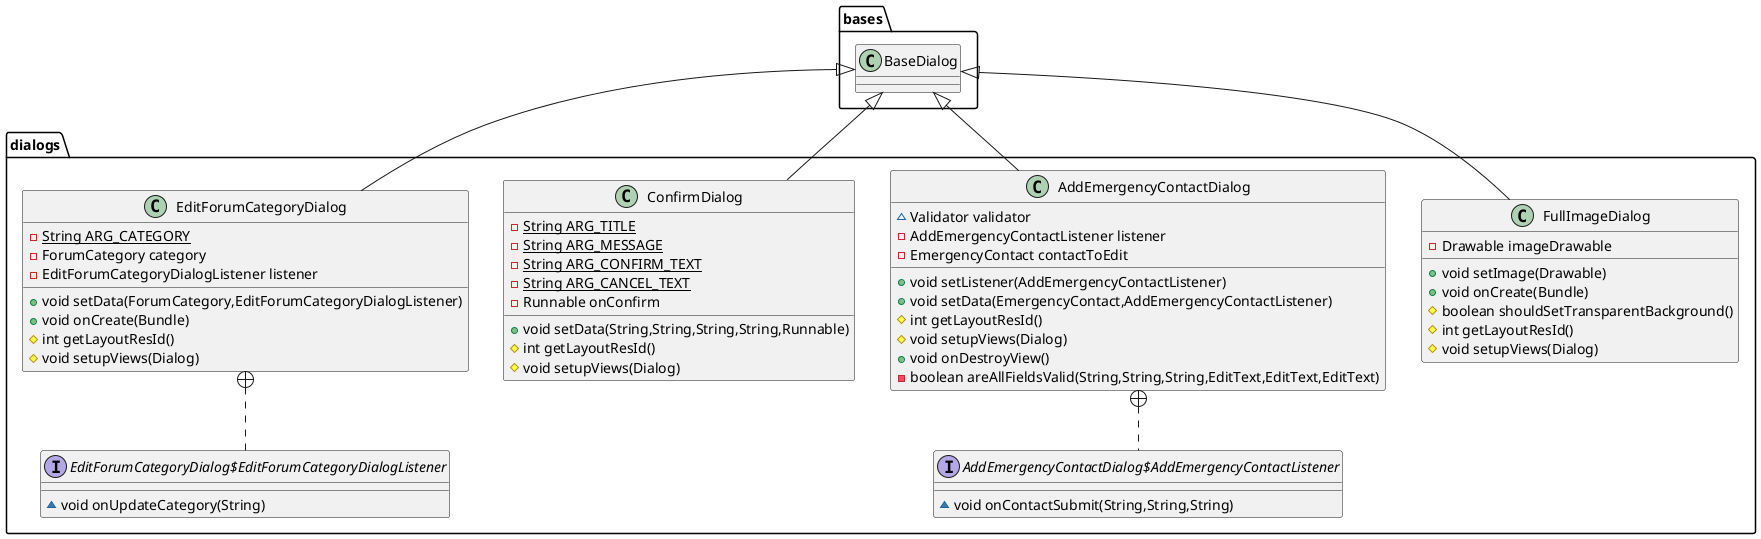
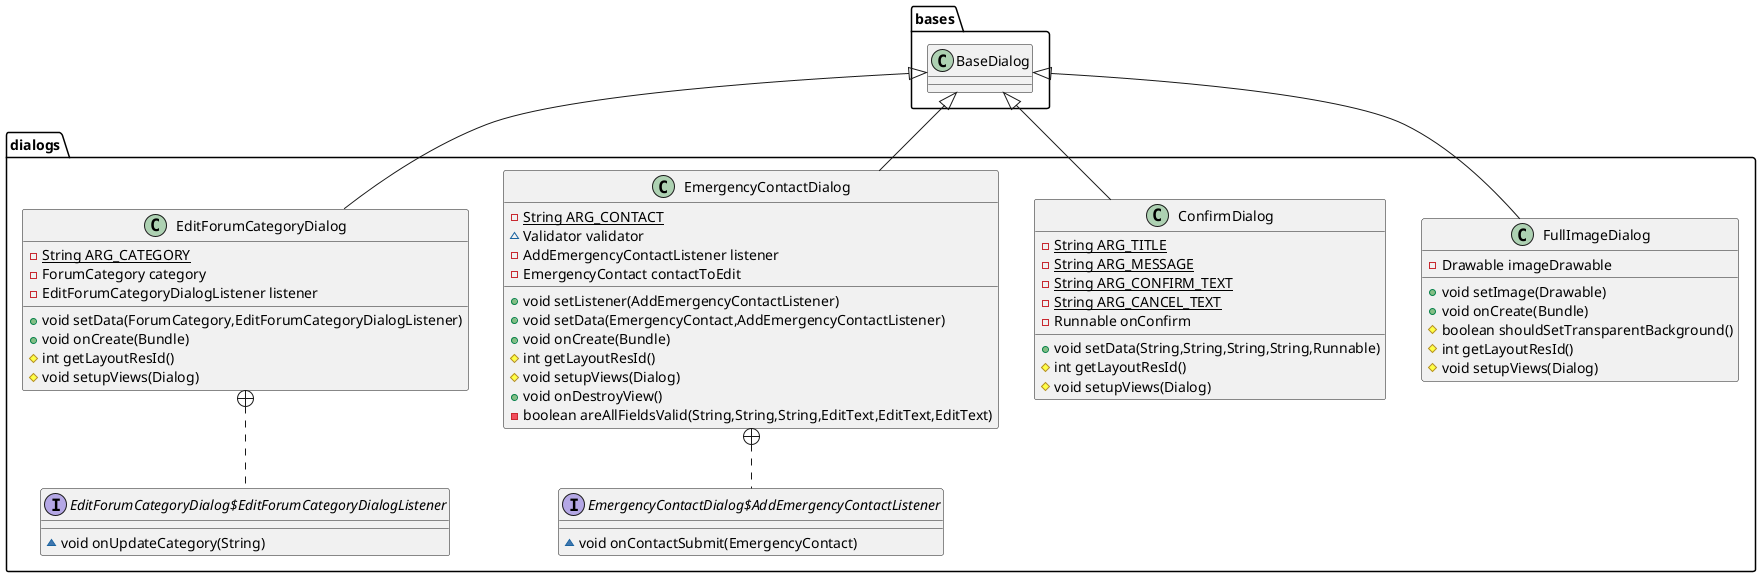
@startuml
class dialogs.FullImageDialog {
- Drawable imageDrawable
+ void setImage(Drawable)
+ void onCreate(Bundle)
# boolean shouldSetTransparentBackground()
# int getLayoutResId()
# void setupViews(Dialog)
}

- 
- class dialogs.AddEmergencyContactDialog {
- ~ Validator validator
- - AddEmergencyContactListener listener
- - EmergencyContact contactToEdit
- + void setListener(AddEmergencyContactListener)
- + void setData(EmergencyContact,AddEmergencyContactListener)
- # int getLayoutResId()
- # void setupViews(Dialog)
- + void onDestroyView()
- - boolean areAllFieldsValid(String,String,String,EditText,EditText,EditText)
- }
- 
- 
- interface dialogs.AddEmergencyContactDialog$AddEmergencyContactListener {
- ~ void onContactSubmit(String,String,String)
- }

class dialogs.ConfirmDialog {
- {static} String ARG_TITLE
- {static} String ARG_MESSAGE
- {static} String ARG_CONFIRM_TEXT
- {static} String ARG_CANCEL_TEXT
- Runnable onConfirm
+ void setData(String,String,String,String,Runnable)
# int getLayoutResId()
# void setupViews(Dialog)
}

+ 
+ class dialogs.EmergencyContactDialog {
+ - {static} String ARG_CONTACT
+ ~ Validator validator
+ - AddEmergencyContactListener listener
+ - EmergencyContact contactToEdit
+ + void setListener(AddEmergencyContactListener)
+ + void setData(EmergencyContact,AddEmergencyContactListener)
+ + void onCreate(Bundle)
+ # int getLayoutResId()
+ # void setupViews(Dialog)
+ + void onDestroyView()
+ - boolean areAllFieldsValid(String,String,String,EditText,EditText,EditText)
+ }
+ 
+ 
+ interface dialogs.EmergencyContactDialog$AddEmergencyContactListener {
+ ~ void onContactSubmit(EmergencyContact)
+ }

class dialogs.EditForumCategoryDialog {
- {static} String ARG_CATEGORY
- ForumCategory category
- EditForumCategoryDialogListener listener
+ void setData(ForumCategory,EditForumCategoryDialogListener)
+ void onCreate(Bundle)
# int getLayoutResId()
# void setupViews(Dialog)
}


interface dialogs.EditForumCategoryDialog$EditForumCategoryDialogListener {
~ void onUpdateCategory(String)
}



bases.BaseDialog <|-- dialogs.FullImageDialog
- bases.BaseDialog <|-- dialogs.AddEmergencyContactDialog
- dialogs.AddEmergencyContactDialog +.. dialogs.AddEmergencyContactDialog$AddEmergencyContactListener
bases.BaseDialog <|-- dialogs.ConfirmDialog
+ bases.BaseDialog <|-- dialogs.EmergencyContactDialog
+ dialogs.EmergencyContactDialog +.. dialogs.EmergencyContactDialog$AddEmergencyContactListener
bases.BaseDialog <|-- dialogs.EditForumCategoryDialog
dialogs.EditForumCategoryDialog +.. dialogs.EditForumCategoryDialog$EditForumCategoryDialogListener
- @enduml
+ @enduml